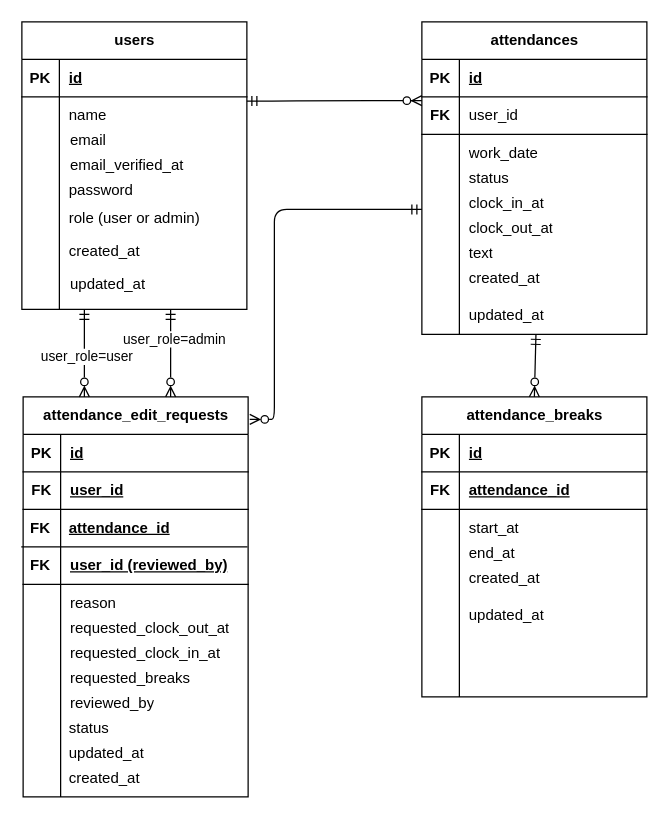
hmgit-git/mogi02 keeps this draw.io diagram as er.drawio. Above is the earlier version. Source tidied: cells renumbered, new cells numbered last; positions are measured from the earlier drawing's top-left corner, leaving out a move shared by most shapes. Both pictures are drawn from the tidied source at 125%, with x=0, y=0 at pixel (21, 21).
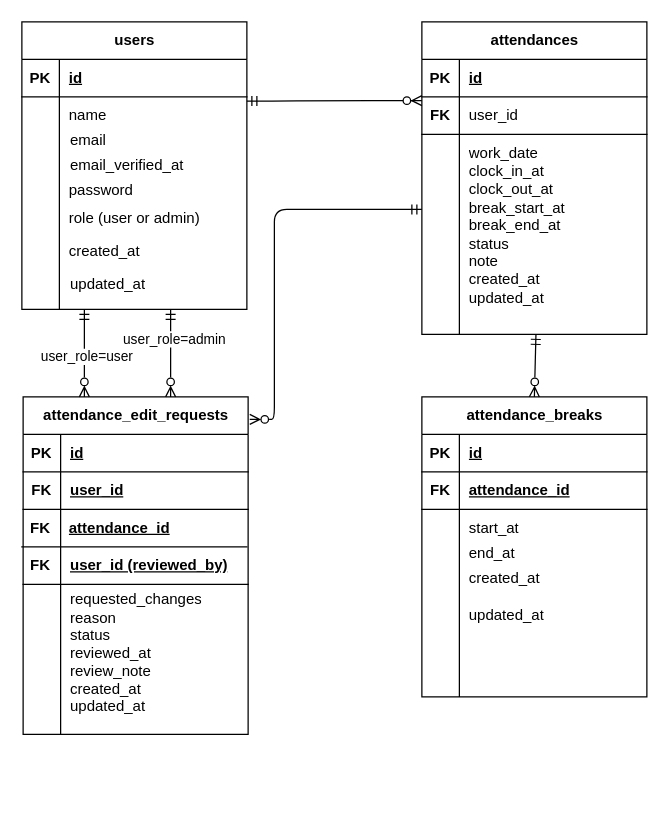
After the change.

Diff of the diagram source:
```diff
@@
-    <mxCell id="46" value="status" style="shape=partialRectangle;fillColor=none;top=0;left=0;bottom=0;right=0;align=left;spacingLeft=6;overflow=hidden;whiteSpace=wrap;html=1;" parent="1" vertex="1">
-      <mxGeometry x="350" y="110" width="150" height="30" as="geometry" />
-    </mxCell>
-    <mxCell id="47" value="clock_in_at" style="shape=partialRectangle;fillColor=none;top=0;left=0;bottom=0;right=0;align=left;spacingLeft=6;overflow=hidden;whiteSpace=wrap;html=1;" parent="1" vertex="1">
-      <mxGeometry x="350" y="130" width="150" height="30" as="geometry" />
-    </mxCell>
-    <mxCell id="48" value="clock_out_at" style="shape=partialRectangle;fillColor=none;top=0;left=0;bottom=0;right=0;align=left;spacingLeft=6;overflow=hidden;whiteSpace=wrap;html=1;" parent="1" vertex="1">
-      <mxGeometry x="350" y="150" width="150" height="30" as="geometry" />
-    </mxCell>
-    <mxCell id="49" value="text" style="shape=partialRectangle;fillColor=none;top=0;left=0;bottom=0;right=0;align=left;spacingLeft=6;overflow=hidden;whiteSpace=wrap;html=1;" parent="1" vertex="1">
-      <mxGeometry x="350" y="170" width="150" height="30" as="geometry" />
+    <mxCell id="49" value="clock_in_at&lt;div&gt;clock_out_at&lt;/div&gt;&lt;div&gt;break_start_at&lt;/div&gt;&lt;div&gt;break_end_at&lt;/div&gt;&lt;div&gt;status&lt;/div&gt;&lt;div&gt;note&lt;/div&gt;&lt;div&gt;created_at&lt;/div&gt;&lt;div&gt;updated_at&lt;/div&gt;" style="shape=partialRectangle;fillColor=none;top=0;left=0;bottom=0;right=0;align=left;spacingLeft=6;overflow=hidden;whiteSpace=wrap;html=1;" parent="1" vertex="1">
+      <mxGeometry x="350" y="110" width="150" height="120" as="geometry" />
     </mxCell>
@@
     <mxCell id="68" value="attendance_edit_requests" style="shape=table;startSize=30;childLayout=tableLayout;rowLines=0;fontStyle=1;align=center;html=1;" parent="1" vertex="1">
-      <mxGeometry x="1" y="300" width="180" height="320" as="geometry" />
+      <mxGeometry x="1" y="300" width="180" height="270" as="geometry" />
     </mxCell>
@@
     <mxCell id="78" style="shape=tableRow;horizontal=0;startSize=0;swimlaneHead=0;swimlaneBody=0;fillColor=none;top=0;left=0;right=0;bottom=0;" parent="68" vertex="1">
-      <mxGeometry y="120" width="180" height="200" as="geometry" />
+      <mxGeometry y="120" width="180" height="150" as="geometry" />
     </mxCell>
     <mxCell id="79" style="shape=partialRectangle;fillColor=none;top=0;left=0;bottom=0;right=0;overflow=hidden;whiteSpace=wrap;html=1;" parent="78" vertex="1">
-      <mxGeometry width="30" height="200" as="geometry" />
+      <mxGeometry width="30" height="150" as="geometry" />
     </mxCell>
     <mxCell id="80" style="shape=partialRectangle;fillColor=none;top=0;left=0;bottom=0;right=0;align=left;spacingLeft=6;overflow=hidden;whiteSpace=wrap;html=1;" parent="78" vertex="1">
-      <mxGeometry x="30" width="150" height="200" as="geometry" />
+      <mxGeometry x="30" width="150" height="150" as="geometry" />
     </mxCell>
-    <mxCell id="81" value="created_at" style="shape=partialRectangle;fillColor=none;top=0;left=0;bottom=0;right=0;align=left;spacingLeft=6;overflow=hidden;whiteSpace=wrap;html=1;" parent="1" vertex="1">
-      <mxGeometry x="30" y="590" width="150" height="30" as="geometry" />
-    </mxCell>
-    <mxCell id="82" value="status" style="shape=partialRectangle;fillColor=none;top=0;left=0;bottom=0;right=0;align=left;spacingLeft=6;overflow=hidden;whiteSpace=wrap;html=1;" parent="1" vertex="1">
-      <mxGeometry x="30" y="550" width="150" height="30" as="geometry" />
-    </mxCell>
-    <mxCell id="83" value="reason" style="shape=partialRectangle;fillColor=none;top=0;left=0;bottom=0;right=0;align=left;spacingLeft=6;overflow=hidden;whiteSpace=wrap;html=1;" parent="1" vertex="1">
-      <mxGeometry x="31" y="450" width="150" height="30" as="geometry" />
-    </mxCell>
@@
-    <mxCell id="90" value="updated_at" style="shape=partialRectangle;fillColor=none;top=0;left=0;bottom=0;right=0;align=left;spacingLeft=6;overflow=hidden;whiteSpace=wrap;html=1;" parent="1" vertex="1">
-      <mxGeometry x="30" y="570" width="150" height="30" as="geometry" />
-    </mxCell>
-    <mxCell id="91" value="requested_clock_in_at" style="shape=partialRectangle;fillColor=none;top=0;left=0;bottom=0;right=0;align=left;spacingLeft=6;overflow=hidden;whiteSpace=wrap;html=1;" parent="1" vertex="1">
-      <mxGeometry x="31" y="490" width="150" height="30" as="geometry" />
+    <mxCell id="91" value="requested_changes&lt;div&gt;reason&lt;/div&gt;&lt;div&gt;status&lt;/div&gt;&lt;div&gt;reviewed_at&lt;/div&gt;&lt;div&gt;review_note&lt;/div&gt;&lt;div&gt;created_at&lt;/div&gt;&lt;div&gt;updated_at&lt;/div&gt;" style="shape=partialRectangle;fillColor=none;top=0;left=0;bottom=0;right=0;align=left;spacingLeft=6;overflow=hidden;whiteSpace=wrap;html=1;" parent="1" vertex="1">
+      <mxGeometry x="31" y="450" width="150" height="110" as="geometry" />
     </mxCell>
-    <mxCell id="92" value="requested_clock_out_at" style="shape=partialRectangle;fillColor=none;top=0;left=0;bottom=0;right=0;align=left;spacingLeft=6;overflow=hidden;whiteSpace=wrap;html=1;" parent="1" vertex="1">
-      <mxGeometry x="31" y="470" width="150" height="30" as="geometry" />
-    </mxCell>
-    <mxCell id="93" value="requested_breaks" style="shape=partialRectangle;fillColor=none;top=0;left=0;bottom=0;right=0;align=left;spacingLeft=6;overflow=hidden;whiteSpace=wrap;html=1;" parent="1" vertex="1">
-      <mxGeometry x="31" y="510" width="150" height="30" as="geometry" />
-    </mxCell>
-    <mxCell id="94" value="reviewed_by" style="shape=partialRectangle;fillColor=none;top=0;left=0;bottom=0;right=0;align=left;spacingLeft=6;overflow=hidden;whiteSpace=wrap;html=1;" parent="1" vertex="1">
-      <mxGeometry x="31" y="530" width="150" height="30" as="geometry" />
-    </mxCell>
@@
-    <mxCell id="103" value="created_at" style="shape=partialRectangle;fillColor=none;top=0;left=0;bottom=0;right=0;align=left;spacingLeft=6;overflow=hidden;whiteSpace=wrap;html=1;" parent="1" vertex="1">
-      <mxGeometry x="350" y="190" width="150" height="30" as="geometry" />
-    </mxCell>
-    <mxCell id="104" value="updated_at" style="shape=partialRectangle;fillColor=none;top=0;left=0;bottom=0;right=0;align=left;spacingLeft=6;overflow=hidden;whiteSpace=wrap;html=1;" parent="1" vertex="1">
-      <mxGeometry x="350" y="220" width="150" height="30" as="geometry" />
-    </mxCell>
```
